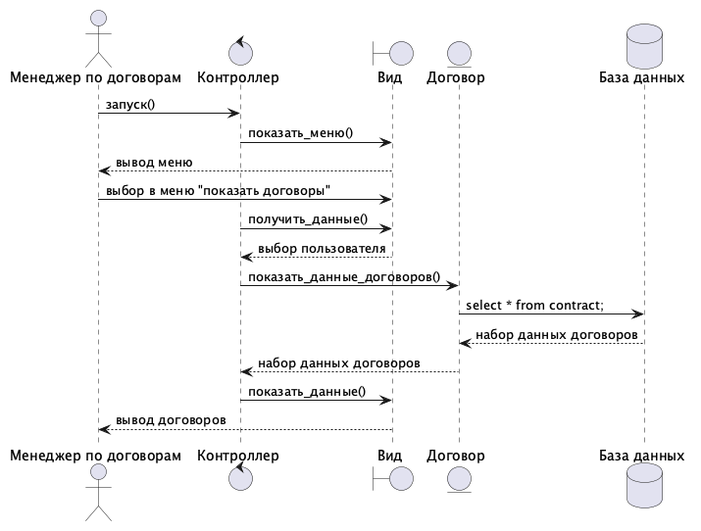
Before: 1 семестр/lab05-sequence/src/seq-02-view.png, a diagram exported from PlantUML (olegstiv/kravchuk.o).
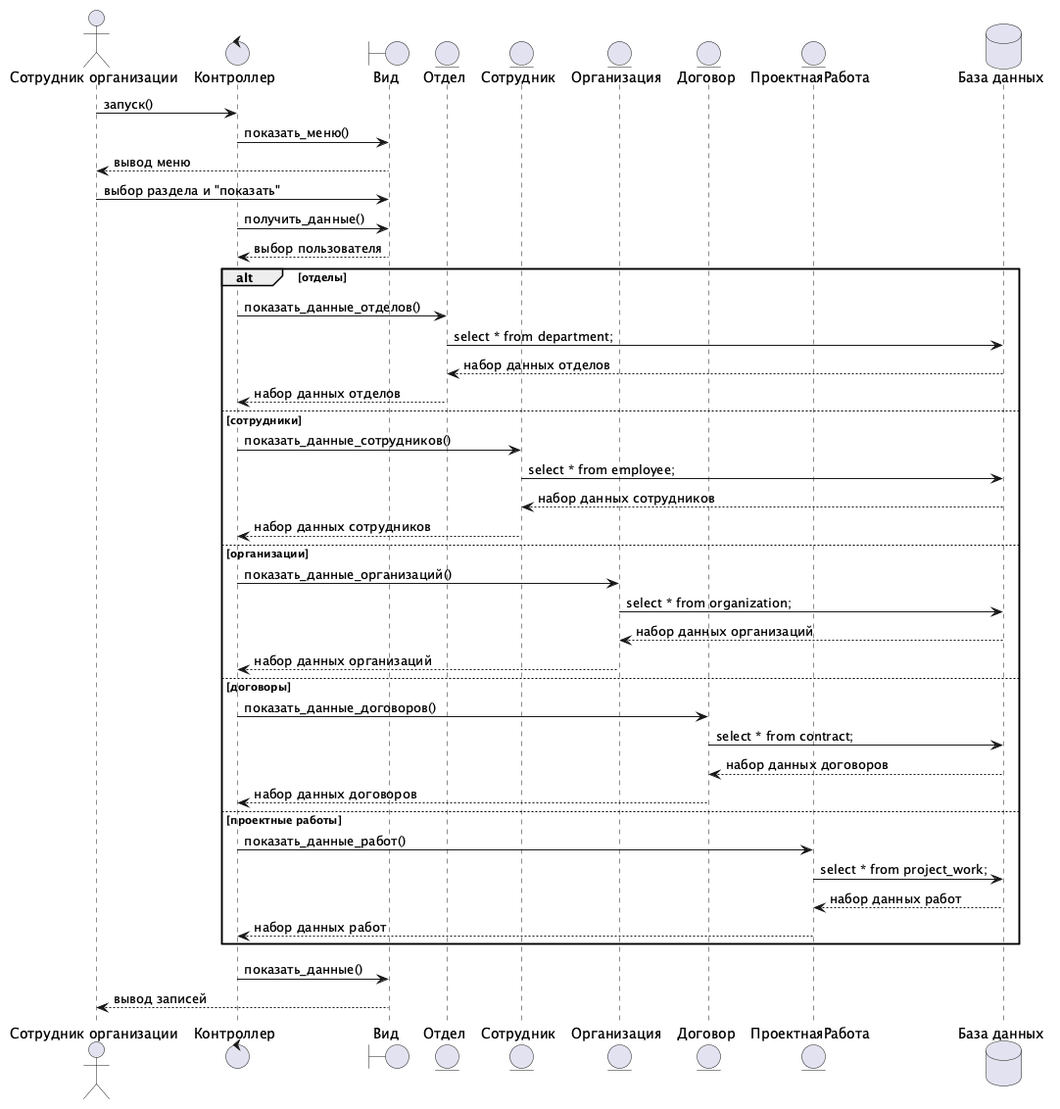
After the commit.

What changed in the source:
```diff
@@ -1,20 +1,46 @@
 @startuml
-actor       "Менеджер по договорам" as U
+actor       "Сотрудник организации" as U
 control     Контроллер
 boundary    Вид
+entity      Отдел
+entity      Сотрудник
+entity      Организация
 entity      Договор
+entity      ПроектнаяРабота
 database    "База данных"
 
 U -> Контроллер : запуск()
 Контроллер -> Вид : показать_меню()
 U <-- Вид : вывод меню
-U -> Вид : выбор в меню "показать договоры"
+U -> Вид : выбор раздела и "показать"
 Контроллер -> Вид : получить_данные()
 return выбор пользователя
-Контроллер -> Договор : показать_данные_договоров()
-Договор -> "База данных" : select * from contract;
-return набор данных договоров
-Контроллер <-- Договор : набор данных договоров
+alt отделы
+  Контроллер -> Отдел : показать_данные_отделов()
+  Отдел -> "База данных" : select * from department;
+  return набор данных отделов
+  Контроллер <-- Отдел : набор данных отделов
+else сотрудники
+  Контроллер -> Сотрудник : показать_данные_сотрудников()
+  Сотрудник -> "База данных" : select * from employee;
+  return набор данных сотрудников
+  Контроллер <-- Сотрудник : набор данных сотрудников
+else организации
+  Контроллер -> Организация : показать_данные_организаций()
+  Организация -> "База данных" : select * from organization;
+  return набор данных организаций
+  Контроллер <-- Организация : набор данных организаций
+else договоры
+  Контроллер -> Договор : показать_данные_договоров()
+  Договор -> "База данных" : select * from contract;
+  return набор данных договоров
+  Контроллер <-- Договор : набор данных договоров
+else проектные работы
+  Контроллер -> ПроектнаяРабота : показать_данные_работ()
+  ПроектнаяРабота -> "База данных" : select * from project_work;
+  return набор данных работ
+  Контроллер <-- ПроектнаяРабота : набор данных работ
+end
 Контроллер -> Вид : показать_данные()
-U <-- Вид : вывод договоров
+U <-- Вид : вывод записей
 @enduml
```
